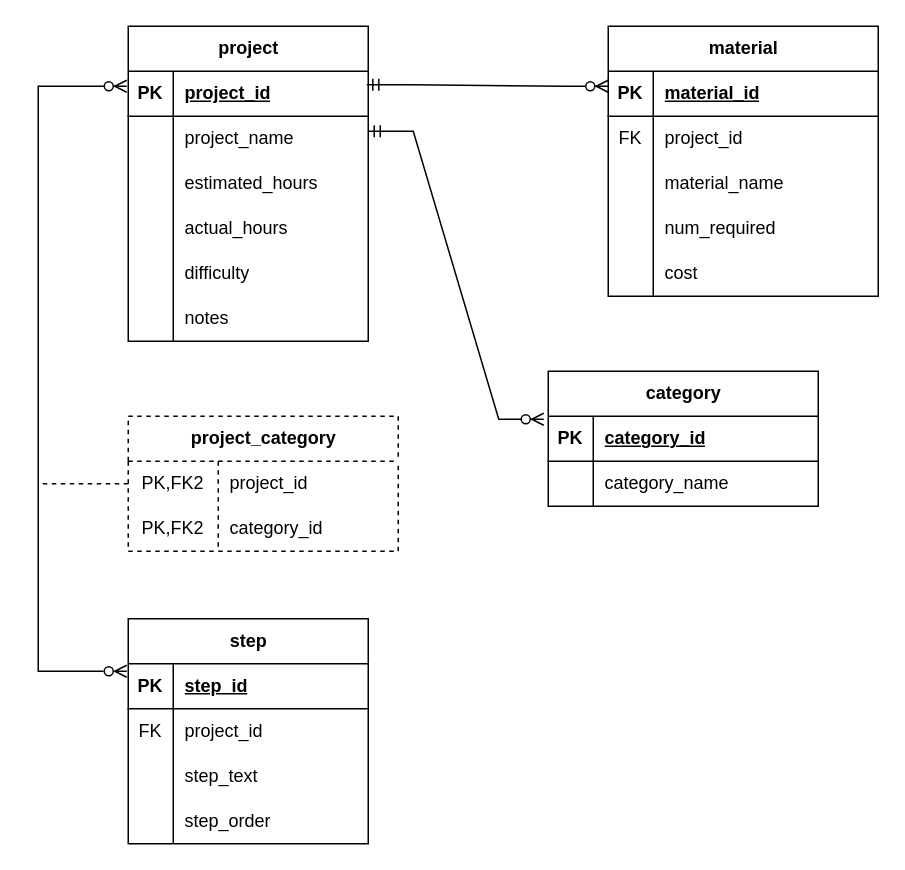
Above: Assignment IO diagram.drawio in deepak-getpu/mysql-java-assignment (draw.io), before the change. Source tidied: cells renumbered, new cells numbered last; positions are measured from the earlier drawing's top-left corner, leaving out a move shared by most shapes. Both pictures are drawn from the tidied source at 150%, with x=0, y=0 at pixel (38, 26).
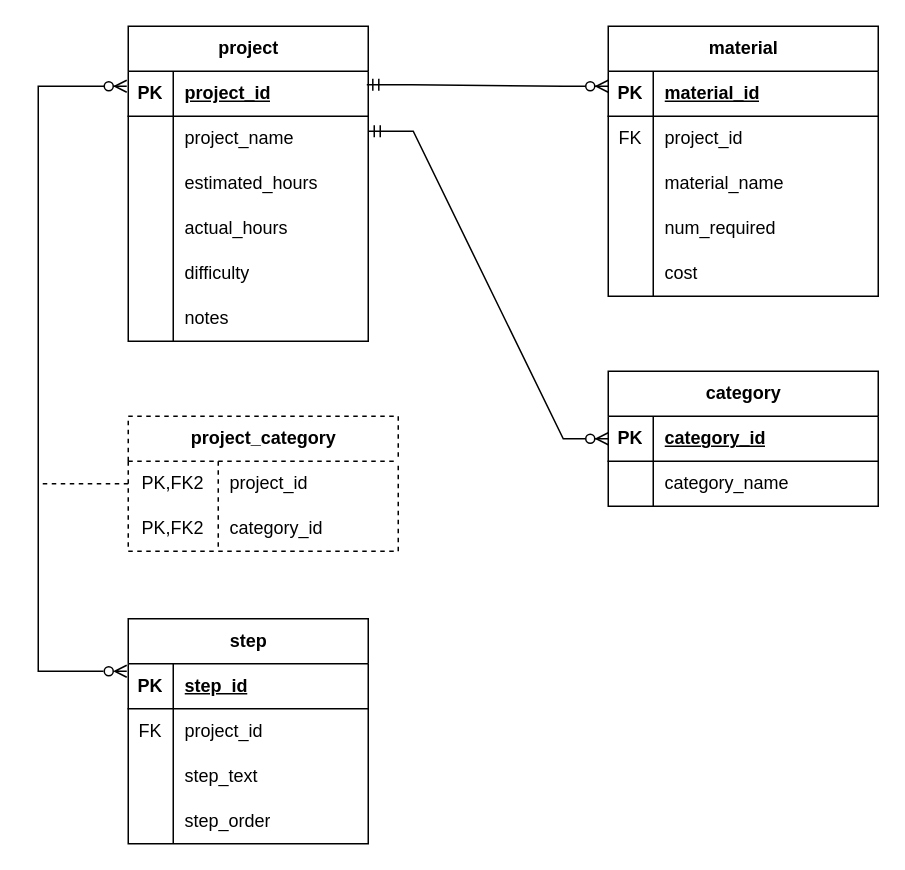
The same diagram, later.

Commit message (it also covers changes not shown here):
week 9 assignment

Unchanged cells that the change refers to:
```xml
<mxCell id="51" style="shape=tableRow;horizontal=0;startSize=0;swimlaneHead=0;swimlaneBody=0;fillColor=none;points=[[0,0.5],[1,0.5]];portConstraint=eastwest;top=0;left=0;right=0;bottom=1;" parent="50" vertex="1">
  <mxGeometry y="30" width="180" height="30" as="geometry" />
</mxCell>
```

What changed in the source:
```diff
@@
     <mxCell id="50" value="category" style="shape=table;startSize=30;childLayout=tableLayout;rowLines=0;fontStyle=1;align=center;html=1;" parent="1" vertex="1">
-      <mxGeometry x="340" y="230" width="180" height="90" as="geometry" />
+      <mxGeometry x="380" y="230" width="180" height="90" as="geometry" />
     </mxCell>
@@
-    <mxCell id="65" style="edgeStyle=entityRelationEdgeStyle;fontSize=12;html=1;endArrow=ERzeroToMany;startArrow=ERmandOne;rounded=0;exitX=0.994;exitY=0.3;exitDx=0;exitDy=0;exitPerimeter=0;entryX=-0.022;entryY=0.133;entryDx=0;entryDy=0;entryPerimeter=0;" parent="1" edge="1">
+    <mxCell id="65" style="edgeStyle=entityRelationEdgeStyle;fontSize=12;html=1;endArrow=ERzeroToMany;startArrow=ERmandOne;rounded=0;exitX=0.994;exitY=0.3;exitDx=0;exitDy=0;exitPerimeter=0;entryX=0;entryY=0.5;entryDx=0;entryDy=0;" parent="1" edge="1" target="51">
       <mxGeometry relative="1" as="geometry">
         <mxPoint x="220" y="70" as="sourcePoint" />
-        <mxPoint x="337" y="262" as="targetPoint" />
         <Array as="points">
           <mxPoint x="331" y="262" />
           <mxPoint x="361" y="260" />
         </Array>
       </mxGeometry>
     </mxCell>
```
